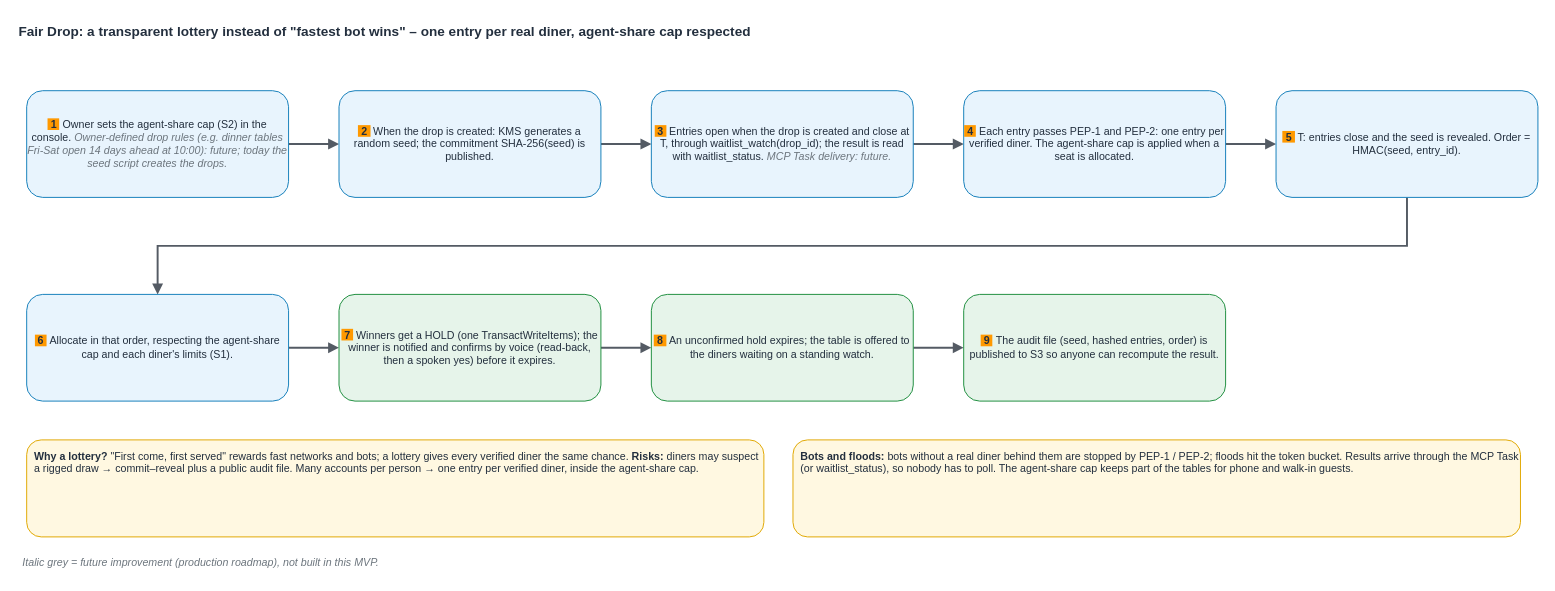
The draw.io diagram page "2. Fair Drop (verifiable lottery)" (2 of 4) of docs/fairtable-flows (1).drawio in thphuc06/FairTable, before the edit. Source tidied: cells renumbered, new cells numbered last; positions are measured from the earlier drawing's top-left corner, leaving out a move shared by most shapes. Both pictures are drawn from the tidied source at 97%, with x=0, y=0 at pixel (16, 16).
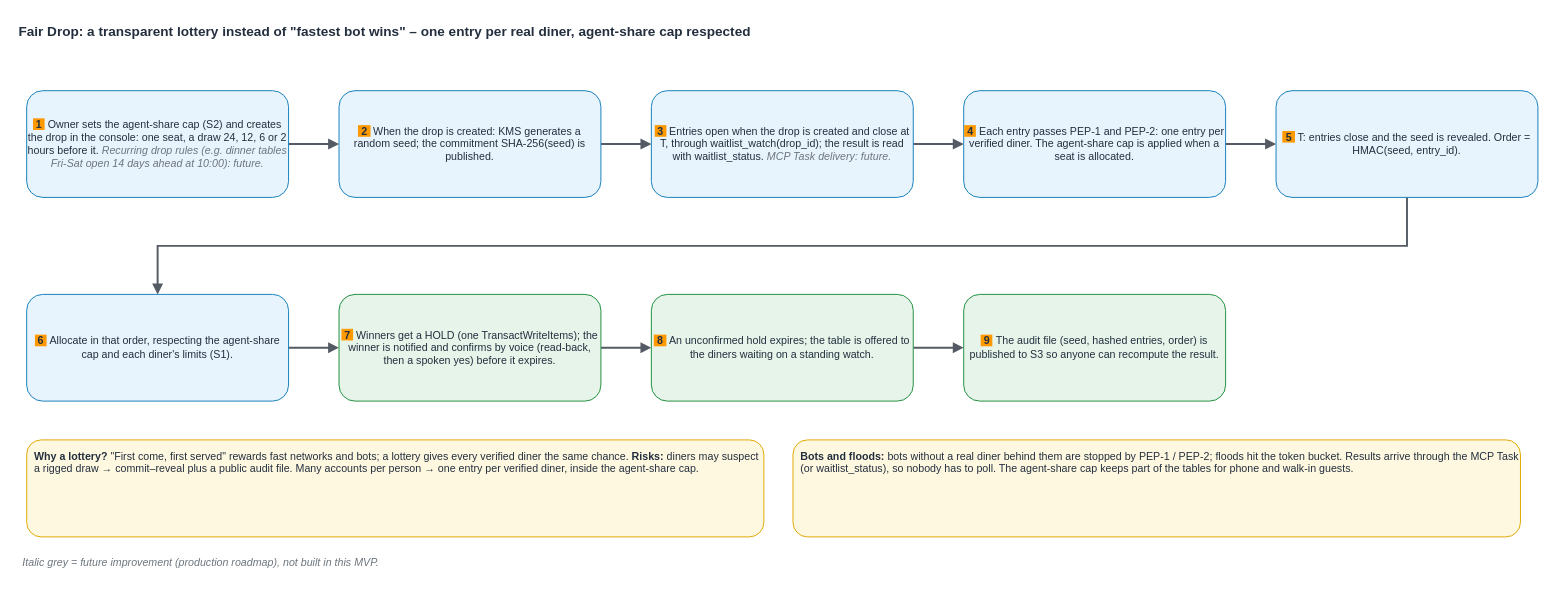
Above is the later version.

Diff of the diagram source:
```diff
@@
-    <mxCell id="11" value="&lt;span style=&quot;background-color:#FF9900;color:#232F3E;&quot;&gt;&lt;b&gt;&amp;nbsp;1&amp;nbsp;&lt;/b&gt;&lt;/span&gt;&amp;nbsp;Owner sets the agent-share cap (S2) in the console. &lt;i style=&quot;color:#6C757D;&quot;&gt;Owner-defined drop rules (e.g. dinner tables Fri-Sat open 14 days ahead at 10:00): future; today the seed script creates the drops.&lt;/i&gt;" style="rounded=1;whiteSpace=wrap;html=1;fillColor=#E8F4FD;strokeColor=#147EBA;fontSize=11;fontColor=#232F3E;" parent="1" vertex="1">
+    <mxCell id="11" value="&lt;span style=&quot;background-color:#FF9900;color:#232F3E;&quot;&gt;&lt;b&gt;&amp;nbsp;1&amp;nbsp;&lt;/b&gt;&lt;/span&gt;&amp;nbsp;Owner sets the agent-share cap (S2) and creates the drop in the console: one seat, a draw 24, 12, 6 or 2 hours before it. &lt;i style=&quot;color:#6C757D;&quot;&gt;Recurring drop rules (e.g. dinner tables Fri-Sat open 14 days ahead at 10:00): future.&lt;/i&gt;" style="rounded=1;whiteSpace=wrap;html=1;fillColor=#E8F4FD;strokeColor=#147EBA;fontSize=11;fontColor=#232F3E;" parent="1" vertex="1">
       <mxGeometry x="10" y="76" width="270" height="110" as="geometry" />
     </mxCell>
```
